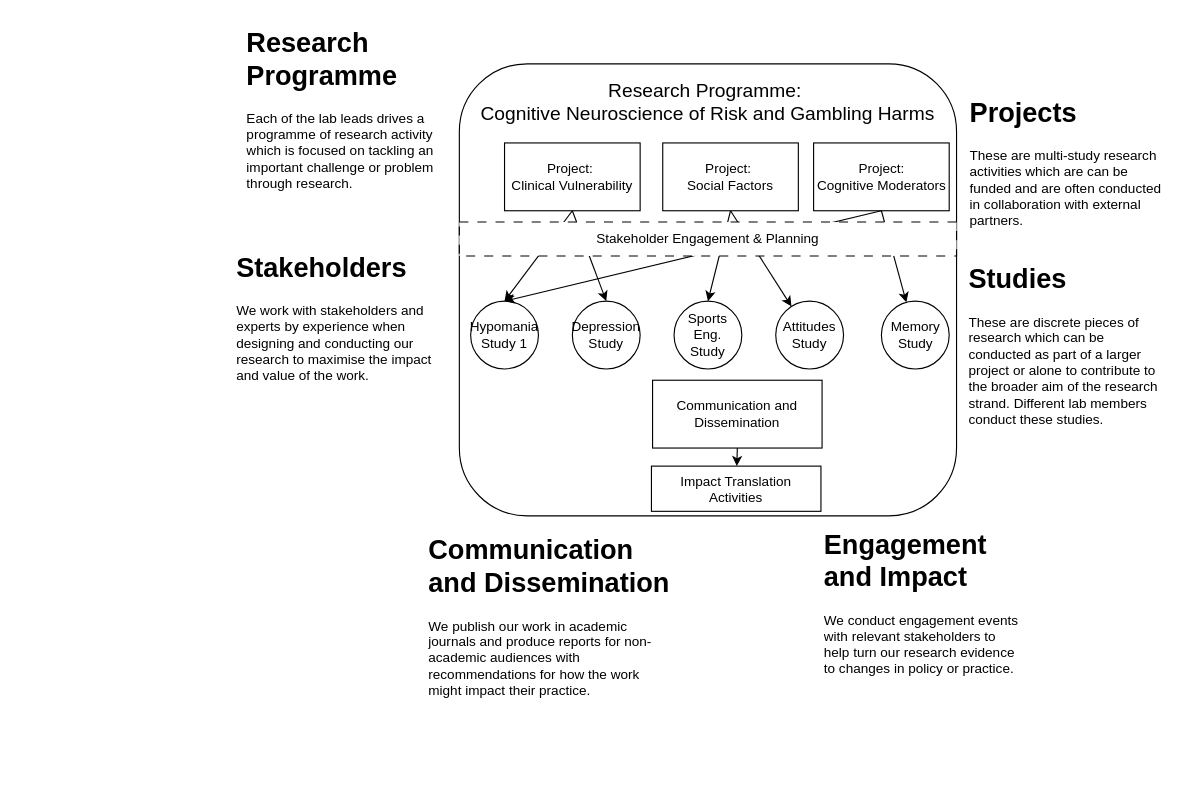
The draw.io diagram images/Project_structure.drawio in mindlab-tees/mindlab-tees.github.io, before the edit. Source tidied: cells renumbered, new cells numbered last; positions are measured from the earlier drawing's top-left corner, leaving out a move shared by most shapes. Both pictures are drawn from the tidied source at 113%, with x=0, y=0 at pixel (234, 19).
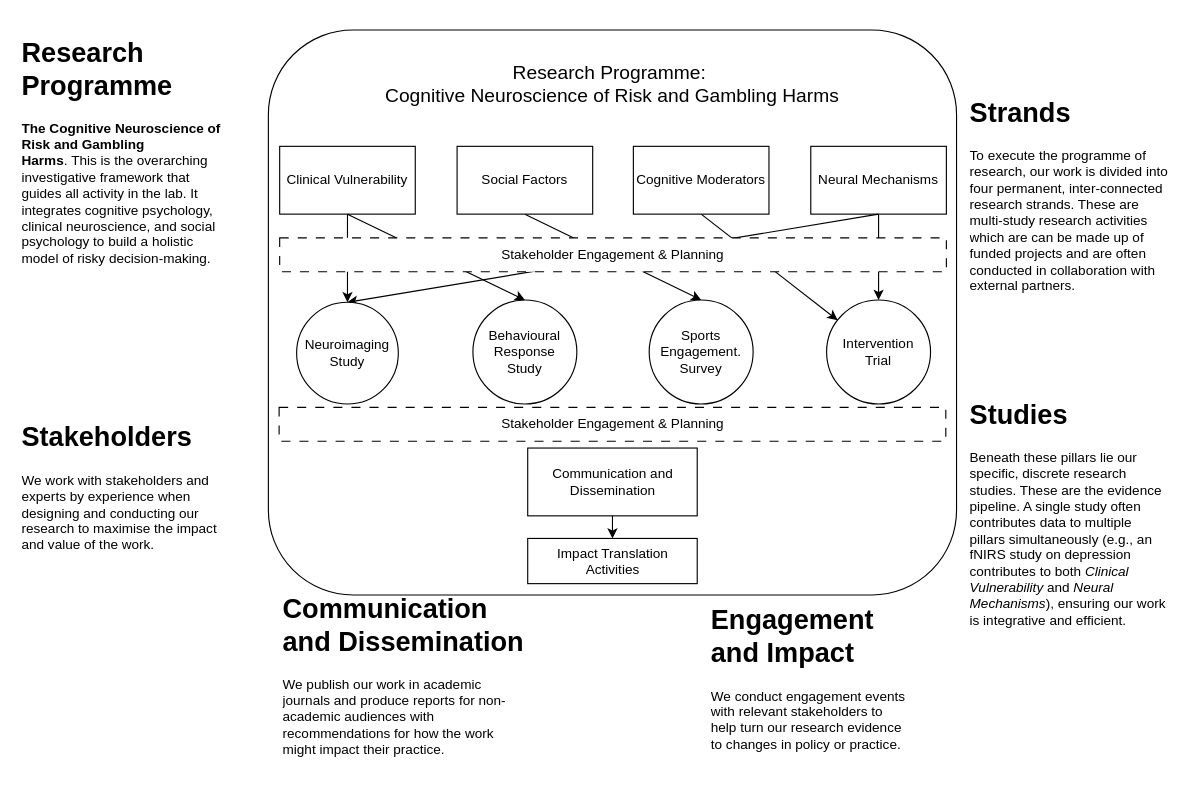
Above is the later version.

Change to the diagram source:
```diff
@@
     <mxCell id="2" value="&lt;h1 style=&quot;margin-top: 0px;&quot;&gt;Engagement and Impact&lt;/h1&gt;&lt;p&gt;We conduct engagement events with relevant stakeholders to help turn our research evidence to changes in policy or practice.&lt;/p&gt;" style="text;html=1;whiteSpace=wrap;overflow=hidden;rounded=0;" parent="1" vertex="1">
-      <mxGeometry x="520" y="444" width="180" height="140" as="geometry" />
+      <mxGeometry x="420" y="511" width="180" height="140" as="geometry" />
     </mxCell>
-    <mxCell id="3" value="&lt;font style=&quot;font-size: 17px;&quot;&gt;Research Programme:&amp;nbsp;&lt;/font&gt;&lt;div&gt;&lt;font style=&quot;font-size: 17px;&quot;&gt;Cognitive Neuroscience of Risk and Gambling Harms&lt;/font&gt;&lt;div&gt;&lt;br&gt;&lt;/div&gt;&lt;div&gt;&lt;br&gt;&lt;/div&gt;&lt;div&gt;&lt;br&gt;&lt;/div&gt;&lt;div&gt;&lt;br&gt;&lt;/div&gt;&lt;div&gt;&lt;br&gt;&lt;/div&gt;&lt;div&gt;&lt;br&gt;&lt;/div&gt;&lt;div&gt;&lt;br&gt;&lt;/div&gt;&lt;div&gt;&lt;br&gt;&lt;/div&gt;&lt;div&gt;&lt;br&gt;&lt;/div&gt;&lt;div&gt;&lt;br&gt;&lt;/div&gt;&lt;div&gt;&lt;br&gt;&lt;/div&gt;&lt;div&gt;&lt;br&gt;&lt;/div&gt;&lt;div&gt;&lt;br&gt;&lt;/div&gt;&lt;div&gt;&lt;br&gt;&lt;/div&gt;&lt;div&gt;&lt;br&gt;&lt;/div&gt;&lt;div&gt;&lt;br&gt;&lt;/div&gt;&lt;div&gt;&lt;br&gt;&lt;/div&gt;&lt;div&gt;&lt;br&gt;&lt;/div&gt;&lt;div&gt;&lt;br&gt;&lt;/div&gt;&lt;div&gt;&lt;br&gt;&lt;/div&gt;&lt;div&gt;&lt;br&gt;&lt;/div&gt;&lt;div&gt;&lt;br&gt;&lt;/div&gt;&lt;div&gt;&lt;br&gt;&lt;/div&gt;&lt;/div&gt;" style="rounded=1;whiteSpace=wrap;html=1;" parent="1" vertex="1">
-      <mxGeometry x="199" y="39" width="440" height="400" as="geometry" />
+    <mxCell id="3" value="&lt;font style=&quot;font-size: 17px;&quot;&gt;Research Programme:&amp;nbsp;&lt;/font&gt;&lt;div&gt;&lt;font style=&quot;font-size: 17px;&quot;&gt;Cognitive Neuroscience of Risk and Gambling Harms&lt;/font&gt;&lt;div&gt;&lt;br&gt;&lt;/div&gt;&lt;div&gt;&lt;br&gt;&lt;/div&gt;&lt;div&gt;&lt;br&gt;&lt;/div&gt;&lt;div&gt;&lt;br&gt;&lt;/div&gt;&lt;div&gt;&lt;br&gt;&lt;/div&gt;&lt;div&gt;&lt;br&gt;&lt;/div&gt;&lt;div&gt;&lt;br&gt;&lt;/div&gt;&lt;div&gt;&lt;br&gt;&lt;/div&gt;&lt;div&gt;&lt;br&gt;&lt;/div&gt;&lt;div&gt;&lt;br&gt;&lt;/div&gt;&lt;div&gt;&lt;br&gt;&lt;/div&gt;&lt;div&gt;&lt;br&gt;&lt;/div&gt;&lt;div&gt;&lt;br&gt;&lt;/div&gt;&lt;div&gt;&lt;br&gt;&lt;/div&gt;&lt;div&gt;&lt;br&gt;&lt;/div&gt;&lt;div&gt;&lt;br&gt;&lt;/div&gt;&lt;div&gt;&lt;br&gt;&lt;/div&gt;&lt;div&gt;&lt;br&gt;&lt;/div&gt;&lt;div&gt;&lt;br&gt;&lt;/div&gt;&lt;div&gt;&lt;br&gt;&lt;/div&gt;&lt;div&gt;&lt;br&gt;&lt;/div&gt;&lt;div&gt;&lt;br&gt;&lt;/div&gt;&lt;div&gt;&lt;br&gt;&lt;/div&gt;&lt;div&gt;&lt;br&gt;&lt;/div&gt;&lt;div&gt;&lt;br&gt;&lt;/div&gt;&lt;div&gt;&lt;br&gt;&lt;/div&gt;&lt;div&gt;&lt;br&gt;&lt;/div&gt;&lt;div&gt;&lt;br&gt;&lt;/div&gt;&lt;/div&gt;" style="rounded=1;whiteSpace=wrap;html=1;" parent="1" vertex="1">
+      <mxGeometry x="30" y="9" width="609" height="500" as="geometry" />
     </mxCell>
@@
-    <mxCell id="5" value="Hypomania&lt;div&gt;Study 1&lt;/div&gt;" style="ellipse;whiteSpace=wrap;html=1;" parent="1" vertex="1">
-      <mxGeometry x="209" y="249" width="60" height="60" as="geometry" />
-    </mxCell>
-    <mxCell id="6" value="Project:&amp;nbsp;&lt;div&gt;Clinical Vulnerability&lt;/div&gt;" style="rounded=0;whiteSpace=wrap;html=1;" parent="1" vertex="1">
-      <mxGeometry x="239" y="109" width="120" height="60" as="geometry" />
+    <mxCell id="6" value="&lt;div&gt;&lt;span style=&quot;background-color: transparent; color: light-dark(rgb(0, 0, 0), rgb(255, 255, 255));&quot;&gt;Clinical Vulnerability&lt;/span&gt;&lt;/div&gt;" style="rounded=0;whiteSpace=wrap;html=1;" parent="1" vertex="1">
+      <mxGeometry x="40" y="112" width="120" height="60" as="geometry" />
     </mxCell>
-    <mxCell id="7" value="&lt;div&gt;&lt;span style=&quot;background-color: transparent; color: light-dark(rgb(0, 0, 0), rgb(255, 255, 255));&quot;&gt;Depression&lt;/span&gt;&lt;/div&gt;&lt;div&gt;&lt;span style=&quot;background-color: transparent; color: light-dark(rgb(0, 0, 0), rgb(255, 255, 255));&quot;&gt;Study&lt;/span&gt;&lt;/div&gt;" style="ellipse;whiteSpace=wrap;html=1;" parent="1" vertex="1">
-      <mxGeometry x="299" y="249" width="60" height="60" as="geometry" />
-    </mxCell>
-    <mxCell id="8" value="Sports Eng. Study" style="ellipse;whiteSpace=wrap;html=1;" parent="1" vertex="1">
-      <mxGeometry x="389" y="249" width="60" height="60" as="geometry" />
-    </mxCell>
@@
     <mxCell id="10" value="Communication and Dissemination" style="rounded=0;whiteSpace=wrap;html=1;" parent="1" vertex="1">
-      <mxGeometry x="370" y="319" width="150" height="60" as="geometry" />
+      <mxGeometry x="259.5" y="379" width="150" height="60" as="geometry" />
     </mxCell>
@@
-    <mxCell id="12" value="&lt;div&gt;Attitudes Study&lt;/div&gt;" style="ellipse;whiteSpace=wrap;html=1;" parent="1" vertex="1">
-      <mxGeometry x="479" y="249" width="60" height="60" as="geometry" />
-    </mxCell>
-    <mxCell id="13" value="Memory&lt;div&gt;Study&lt;/div&gt;" style="ellipse;whiteSpace=wrap;html=1;" parent="1" vertex="1">
-      <mxGeometry x="572.5" y="249" width="60" height="60" as="geometry" />
-    </mxCell>
@@
-    <mxCell id="15" style="rounded=0;jettySize=auto;html=1;exitX=0.5;exitY=1;exitDx=0;exitDy=0;" parent="1" edge="1" source="16" target="12">
-      <mxGeometry relative="1" as="geometry" />
-    </mxCell>
-    <mxCell id="16" value="Project:&amp;nbsp;&lt;div&gt;Social Factors&lt;/div&gt;" style="rounded=0;whiteSpace=wrap;html=1;" parent="1" vertex="1">
-      <mxGeometry x="379" y="109" width="120" height="60" as="geometry" />
+    <mxCell id="16" value="&lt;div&gt;Social Factors&lt;/div&gt;" style="rounded=0;whiteSpace=wrap;html=1;" parent="1" vertex="1">
+      <mxGeometry x="197" y="112" width="120" height="60" as="geometry" />
     </mxCell>
-    <mxCell id="17" value="&lt;h1 style=&quot;margin-top: 0px;&quot;&gt;Projects&lt;/h1&gt;&lt;p&gt;These are multi-study research activities which are can be funded and are often conducted in collaboration with external partners.&amp;nbsp;&lt;/p&gt;" style="text;html=1;whiteSpace=wrap;overflow=hidden;rounded=0;" parent="1" vertex="1">
-      <mxGeometry x="649" y="62" width="180" height="120" as="geometry" />
+    <mxCell id="17" value="&lt;h1 style=&quot;margin-top: 0px;&quot;&gt;Strands&lt;/h1&gt;&lt;p&gt;To execute the programme of research, our work is divided into four permanent, inter-connected research strands. These are multi-study research activities which are can be made up of funded projects and are often conducted in collaboration with external partners.&amp;nbsp;&lt;/p&gt;" style="text;html=1;whiteSpace=wrap;overflow=hidden;rounded=0;" parent="1" vertex="1">
+      <mxGeometry x="649" y="62" width="180" height="187" as="geometry" />
     </mxCell>
-    <mxCell id="18" value="&lt;h1 style=&quot;margin-top: 0px;&quot;&gt;Studies&lt;/h1&gt;&lt;p&gt;These are discrete pieces of research which can be conducted as part of a larger project or alone to contribute to the broader aim of the research strand. Different lab members conduct these studies.&lt;/p&gt;" style="text;html=1;whiteSpace=wrap;overflow=hidden;rounded=0;" parent="1" vertex="1">
-      <mxGeometry x="648" y="209" width="180" height="150" as="geometry" />
+    <mxCell id="18" value="&lt;h1 style=&quot;margin-top: 0px;&quot;&gt;Studies&lt;/h1&gt;&lt;p&gt;Beneath these pillars lie our specific, discrete research studies. These are the evidence pipeline. A single study often contributes data to multiple pillars simultaneously (e.g., an fNIRS study on depression contributes to both &lt;i&gt;Clinical Vulnerability&lt;/i&gt; and &lt;i&gt;Neural Mechanisms&lt;/i&gt;), ensuring our work is integrative and efficient.&lt;/p&gt;" style="text;html=1;whiteSpace=wrap;overflow=hidden;rounded=0;" parent="1" vertex="1">
+      <mxGeometry x="649" y="329" width="180" height="220" as="geometry" />
     </mxCell>
     <mxCell id="19" value="&lt;h1 style=&quot;margin-top: 0px;&quot;&gt;Stakeholders&lt;/h1&gt;&lt;p&gt;We work with stakeholders and experts by experience when designing and conducting our research to maximise the impact and value of the work.&lt;/p&gt;" style="text;html=1;whiteSpace=wrap;overflow=hidden;rounded=0;" parent="1" vertex="1">
-      <mxGeometry y="199" width="180" height="140" as="geometry" />
+      <mxGeometry x="-190" y="349" width="180" height="140" as="geometry" />
     </mxCell>
-    <mxCell id="20" value="&lt;h1 style=&quot;margin-top: 0px;&quot;&gt;Research Programme&lt;/h1&gt;&lt;p&gt;Each of the lab leads drives a programme of research activity which is focused on tackling an important challenge or problem through research.&lt;/p&gt;" style="text;html=1;whiteSpace=wrap;overflow=hidden;rounded=0;" parent="1" vertex="1">
-      <mxGeometry x="9" width="180" height="160" as="geometry" />
+    <mxCell id="20" value="&lt;h1 style=&quot;margin-top: 0px;&quot;&gt;Research Programme&lt;/h1&gt;&lt;p&gt;&lt;b style=&quot;background-color: transparent; color: light-dark(rgb(0, 0, 0), rgb(255, 255, 255));&quot;&gt;The Cognitive Neuroscience of Risk and Gambling Harms&lt;/b&gt;&lt;span style=&quot;background-color: transparent; color: light-dark(rgb(0, 0, 0), rgb(255, 255, 255));&quot;&gt;.&amp;nbsp;&lt;/span&gt;This is the overarching investigative framework that guides all activity in the lab. It integrates cognitive psychology, clinical neuroscience, and social psychology to build a holistic model of risky decision-making.&lt;/p&gt;" style="text;html=1;whiteSpace=wrap;overflow=hidden;rounded=0;" parent="1" vertex="1">
+      <mxGeometry x="-190" y="9" width="180" height="220" as="geometry" />
     </mxCell>
     <mxCell id="21" value="&lt;span style=&quot;color: rgb(0, 0, 0); font-family: Helvetica; font-size: 12px; font-style: normal; font-variant-ligatures: normal; font-variant-caps: normal; font-weight: 400; letter-spacing: normal; orphans: 2; text-indent: 0px; text-transform: none; widows: 2; word-spacing: 0px; -webkit-text-stroke-width: 0px; white-space: normal; text-decoration-thickness: initial; text-decoration-style: initial; text-decoration-color: initial; float: none; display: inline !important;&quot;&gt;Impact Translation Activities&lt;/span&gt;" style="text;whiteSpace=wrap;html=1;align=center;strokeColor=default;" parent="1" vertex="1">
-      <mxGeometry x="369" y="395" width="150" height="40" as="geometry" />
+      <mxGeometry x="259.5" y="459" width="150" height="40" as="geometry" />
     </mxCell>
-    <mxCell id="22" style="rounded=0;jettySize=auto;html=1;exitX=0.5;exitY=1;exitDx=0;exitDy=0;" parent="1" edge="1" source="23" target="13">
-      <mxGeometry relative="1" as="geometry" />
-    </mxCell>
+    <mxCell id="27" style="edgeStyle=orthogonalEdgeStyle;rounded=0;jettySize=auto;html=1;exitX=0.5;exitY=1;exitDx=0;exitDy=0;entryX=0.5;entryY=0;entryDx=0;entryDy=0;" parent="1" edge="1" source="23" target="12">
+      <mxGeometry relative="1" as="geometry" />
+    </mxCell>
-    <mxCell id="23" value="Project:&lt;div&gt;Cognitive Moderators&lt;/div&gt;" style="rounded=0;whiteSpace=wrap;html=1;" parent="1" vertex="1">
-      <mxGeometry x="512.5" y="109" width="120" height="60" as="geometry" />
+    <mxCell id="23" value="&lt;div&gt;Neural Mechanisms&lt;/div&gt;" style="rounded=0;whiteSpace=wrap;html=1;" parent="1" vertex="1">
+      <mxGeometry x="510" y="112" width="120" height="60" as="geometry" />
     </mxCell>
@@
+    <mxCell id="28" style="rounded=0;jettySize=auto;html=1;exitX=0.5;exitY=1;exitDx=0;exitDy=0;" parent="1" edge="1" source="29" target="12">
+      <mxGeometry relative="1" as="geometry" />
+    </mxCell>
+    <mxCell id="29" value="&lt;div&gt;Cognitive Moderators&lt;/div&gt;" style="rounded=0;whiteSpace=wrap;html=1;" parent="1" vertex="1">
+      <mxGeometry x="353" y="112" width="120" height="60" as="geometry" />
+    </mxCell>
+    <mxCell id="26" value="&lt;h1 style=&quot;margin-top: 0px;&quot;&gt;Communication and Dissemination&lt;/h1&gt;&lt;p&gt;We publish our work in academic journals and produce reports for non-academic audiences with recommendations for how the work might impact their practice.&lt;/p&gt;" style="text;html=1;whiteSpace=wrap;overflow=hidden;rounded=0;" parent="1" vertex="1">
+      <mxGeometry x="40.5" y="501" width="220" height="160" as="geometry" />
+    </mxCell>
+    <mxCell id="30" value="Stakeholder Engagement &amp;amp; Planning" style="rounded=0;whiteSpace=wrap;html=1;fillColor=default;dashed=1;dashPattern=8 8;" parent="1" vertex="1">
+      <mxGeometry x="39.5" y="343" width="590" height="30" as="geometry" />
+    </mxCell>
     <mxCell id="25" value="Stakeholder Engagement &amp;amp; Planning" style="rounded=0;whiteSpace=wrap;html=1;fillColor=default;dashed=1;dashPattern=8 8;" parent="1" vertex="1">
-      <mxGeometry x="199" y="179" width="440" height="30" as="geometry" />
+      <mxGeometry x="40" y="193" width="590" height="30" as="geometry" />
     </mxCell>
-    <mxCell id="26" value="&lt;h1 style=&quot;margin-top: 0px;&quot;&gt;Communication and Dissemination&lt;/h1&gt;&lt;p&gt;We publish our work in academic journals and produce reports for non-academic audiences with recommendations for how the work might impact their practice.&lt;/p&gt;" style="text;html=1;whiteSpace=wrap;overflow=hidden;rounded=0;" parent="1" vertex="1">
-      <mxGeometry x="170" y="449" width="220" height="160" as="geometry" />
-    </mxCell>
+    <mxCell id="5" value="Neuroimaging Study" style="ellipse;whiteSpace=wrap;html=1;" parent="1" vertex="1">
+      <mxGeometry x="55" y="250" width="90" height="90" as="geometry" />
+    </mxCell>
+    <mxCell id="7" value="&lt;div&gt;Behavioural Response&lt;/div&gt;&lt;div&gt;Study&lt;/div&gt;" style="ellipse;whiteSpace=wrap;html=1;" parent="1" vertex="1">
+      <mxGeometry x="211" y="248" width="92" height="92" as="geometry" />
+    </mxCell>
+    <mxCell id="8" value="Sports Engagement. Survey" style="ellipse;whiteSpace=wrap;html=1;" parent="1" vertex="1">
+      <mxGeometry x="367" y="248" width="92" height="92" as="geometry" />
+    </mxCell>
+    <mxCell id="12" value="&lt;div&gt;Intervention&lt;/div&gt;&lt;div&gt;Trial&lt;/div&gt;" style="ellipse;whiteSpace=wrap;html=1;" parent="1" vertex="1">
+      <mxGeometry x="524" y="248" width="92" height="92" as="geometry" />
+    </mxCell>
```
